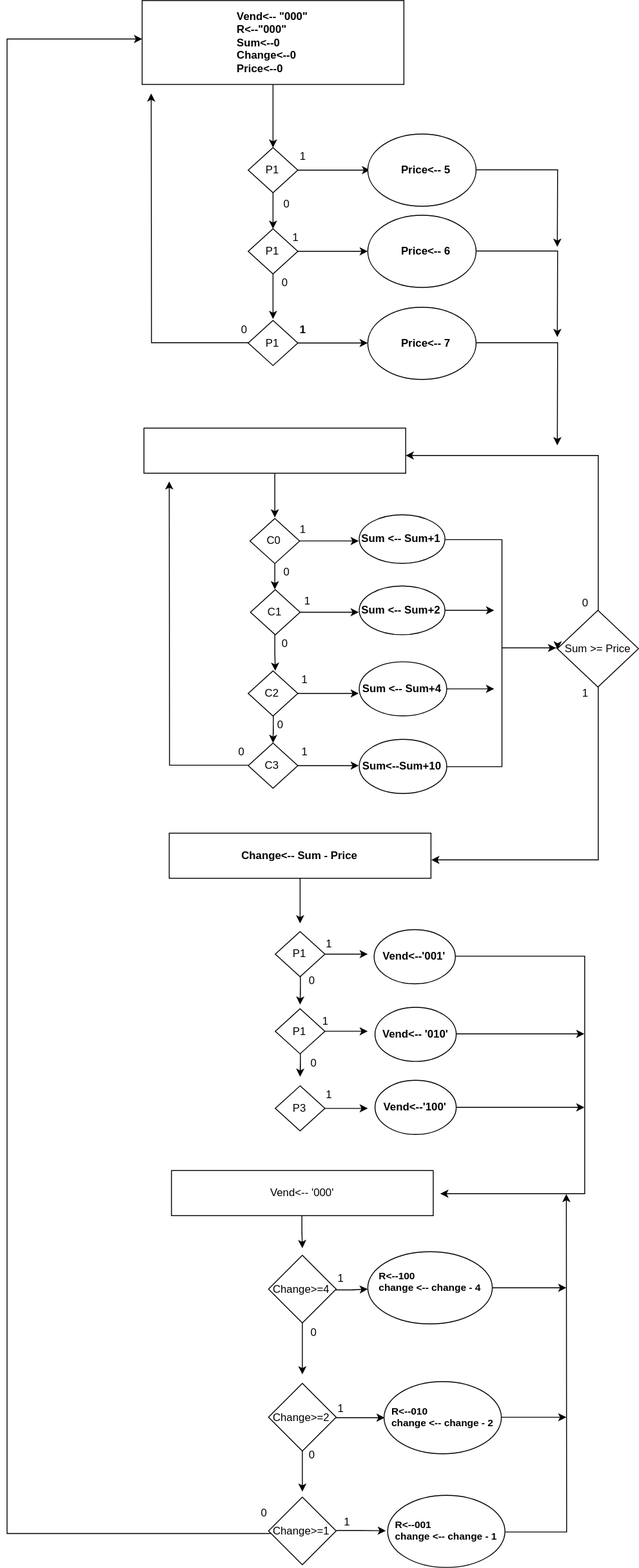
Earlier version of the draw.io export Untitled Diagram.svg (ramideeb/VendingMachine). Source tidied: cells renumbered, new cells last; positions are measured from the earlier drawing's top-left corner, leaving out a move shared by most shapes.
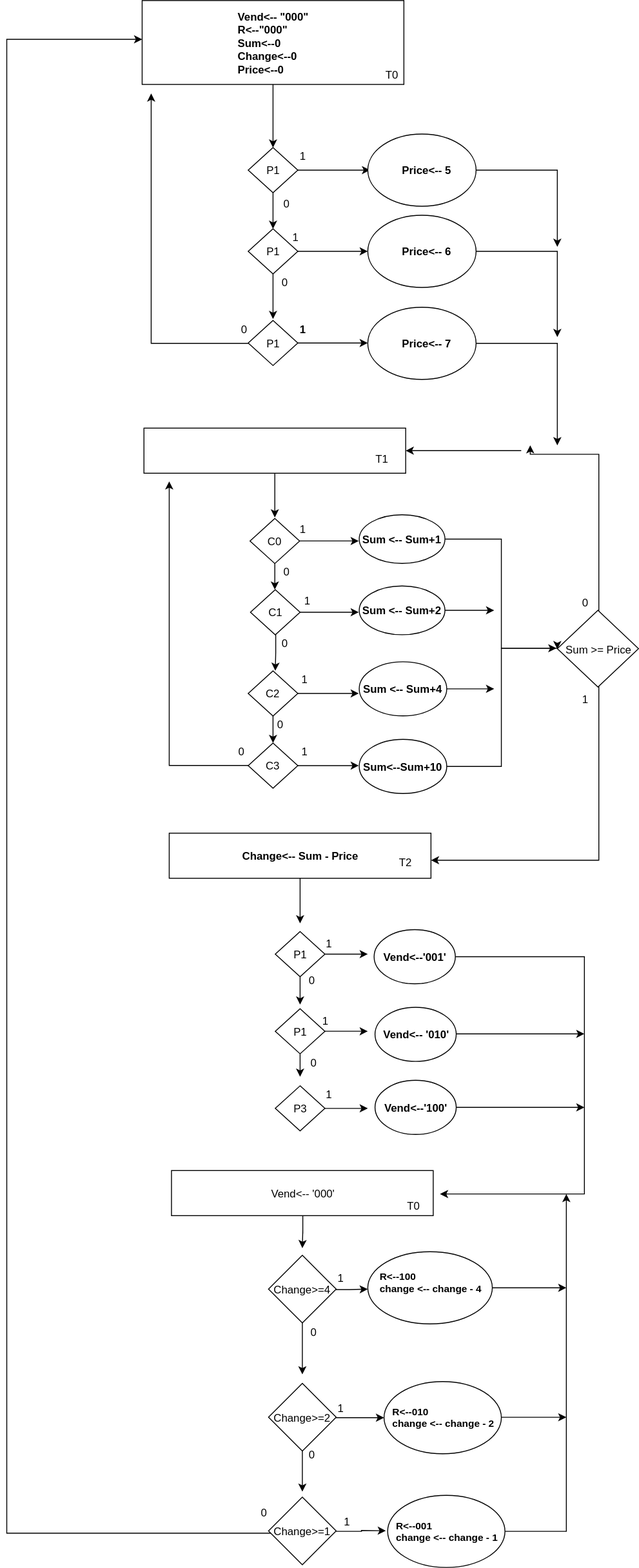
After the commit.

Diff of the diagram source:
```diff
@@ -99,6 +99,11 @@
     <mxCell id="26" value="&lt;div style=&quot;text-align: left&quot;&gt;&lt;b&gt;&amp;nbsp; &amp;nbsp;Price&amp;lt;-- 7&lt;/b&gt;&lt;/div&gt;" style="ellipse;whiteSpace=wrap;html=1;" parent="1" vertex="1">
       <mxGeometry x="400" y="339.5" width="120" height="80" as="geometry" />
     </mxCell>
+    <mxCell id="104" style="edgeStyle=orthogonalEdgeStyle;rounded=0;jettySize=auto;html=1;entryX=1;entryY=0.5;entryDx=0;entryDy=0;" parent="1" edge="1" target="14">
+      <mxGeometry relative="1" as="geometry">
+        <mxPoint x="570" y="499" as="sourcePoint" />
+      </mxGeometry>
+    </mxCell>
     <mxCell id="27" style="edgeStyle=orthogonalEdgeStyle;rounded=0;jettySize=auto;html=1;exitX=0.5;exitY=1;exitDx=0;exitDy=0;" parent="1" edge="1" source="29">
       <mxGeometry relative="1" as="geometry">
         <mxPoint x="296.7" y="653.2" as="targetPoint" />
@@ -191,12 +196,11 @@
     <mxCell id="46" value="&lt;b&gt;Sum&amp;lt;--Sum+10&lt;/b&gt;&lt;br&gt;" style="ellipse;whiteSpace=wrap;html=1;" parent="1" vertex="1">
       <mxGeometry x="390" y="819" width="97" height="60" as="geometry" />
     </mxCell>
-    <mxCell id="47" style="edgeStyle=orthogonalEdgeStyle;rounded=0;orthogonalLoop=1;jettySize=auto;html=1;entryX=1;entryY=0.5;entryDx=0;entryDy=0;" parent="1" edge="1">
+    <mxCell id="47" style="edgeStyle=orthogonalEdgeStyle;rounded=0;jettySize=auto;html=1;" parent="1" edge="1" source="50">
       <mxGeometry relative="1" as="geometry">
-        <mxPoint x="655.1" y="676.6" as="sourcePoint" />
-        <mxPoint x="441.9" y="503.9" as="targetPoint" />
+        <mxPoint x="580" y="493" as="targetPoint" />
         <Array as="points">
-          <mxPoint x="655" y="504" />
+          <mxPoint x="656" y="503" />
         </Array>
       </mxGeometry>
     </mxCell>
@@ -421,5 +425,17 @@
     <mxCell id="103" value="0" style="text;html=1;align=left;verticalAlign=top;spacingTop=-4;" parent="1" vertex="1">
       <mxGeometry x="255" y="823" width="20" height="20" as="geometry" />
     </mxCell>
+    <mxCell id="105" value="T0" style="text;html=1;align=left;verticalAlign=top;spacingTop=-4;" parent="1" vertex="1">
+      <mxGeometry x="417.5" y="73" width="30" height="20" as="geometry" />
+    </mxCell>
+    <mxCell id="106" value="T1" style="text;html=1;align=left;verticalAlign=top;spacingTop=-4;" parent="1" vertex="1">
+      <mxGeometry x="407" y="499" width="30" height="20" as="geometry" />
+    </mxCell>
+    <mxCell id="107" value="T2" style="text;html=1;align=left;verticalAlign=top;spacingTop=-4;" parent="1" vertex="1">
+      <mxGeometry x="432.5" y="946.1" width="30" height="20" as="geometry" />
+    </mxCell>
+    <mxCell id="108" value="T0" style="text;html=1;align=left;verticalAlign=top;spacingTop=-4;" parent="1" vertex="1">
+      <mxGeometry x="442" y="1327.2" width="30" height="20" as="geometry" />
+    </mxCell>
   </root>
 </mxGraphModel>
```
